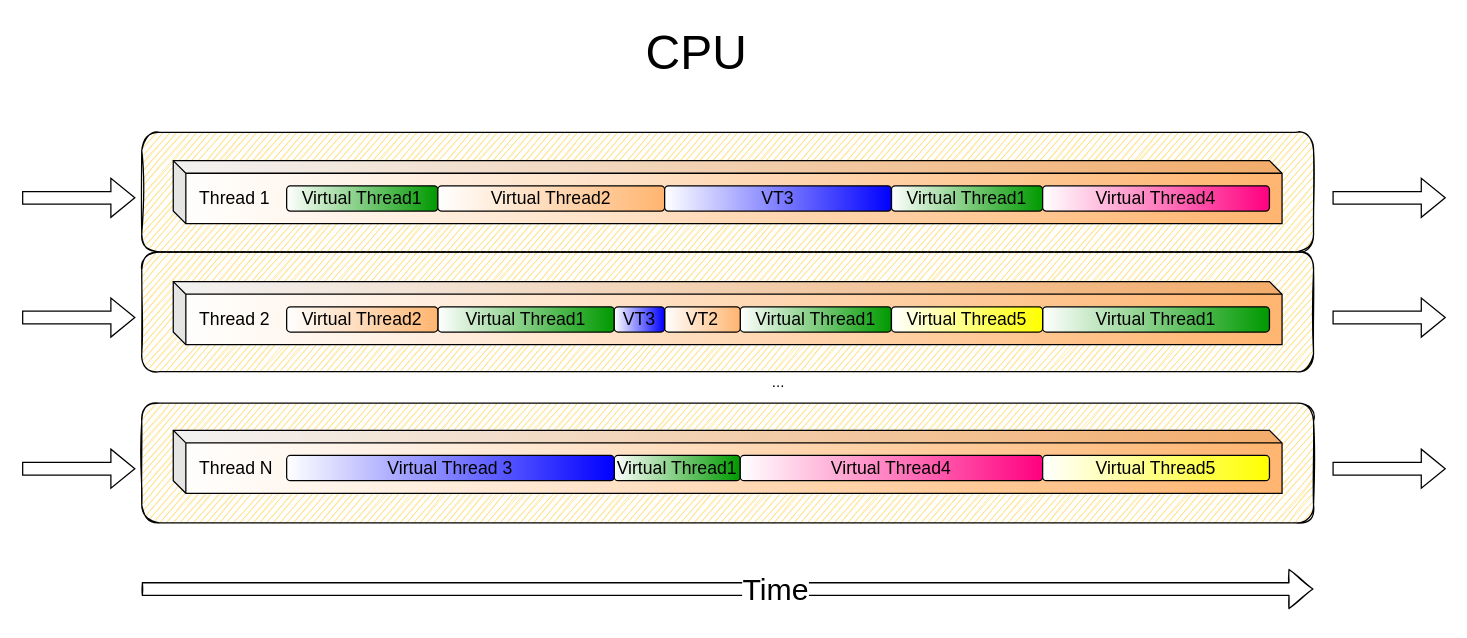
Before: docs/vtandcoroutines.drawio in jesperancinha/good-story, a draw.io diagram. Source tidied: cells renumbered, new cells numbered last; positions are measured from the earlier drawing's top-left corner, leaving out a move shared by most shapes. Both pictures are drawn from the tidied source at 126%, with x=0, y=0 at pixel (21, 21).
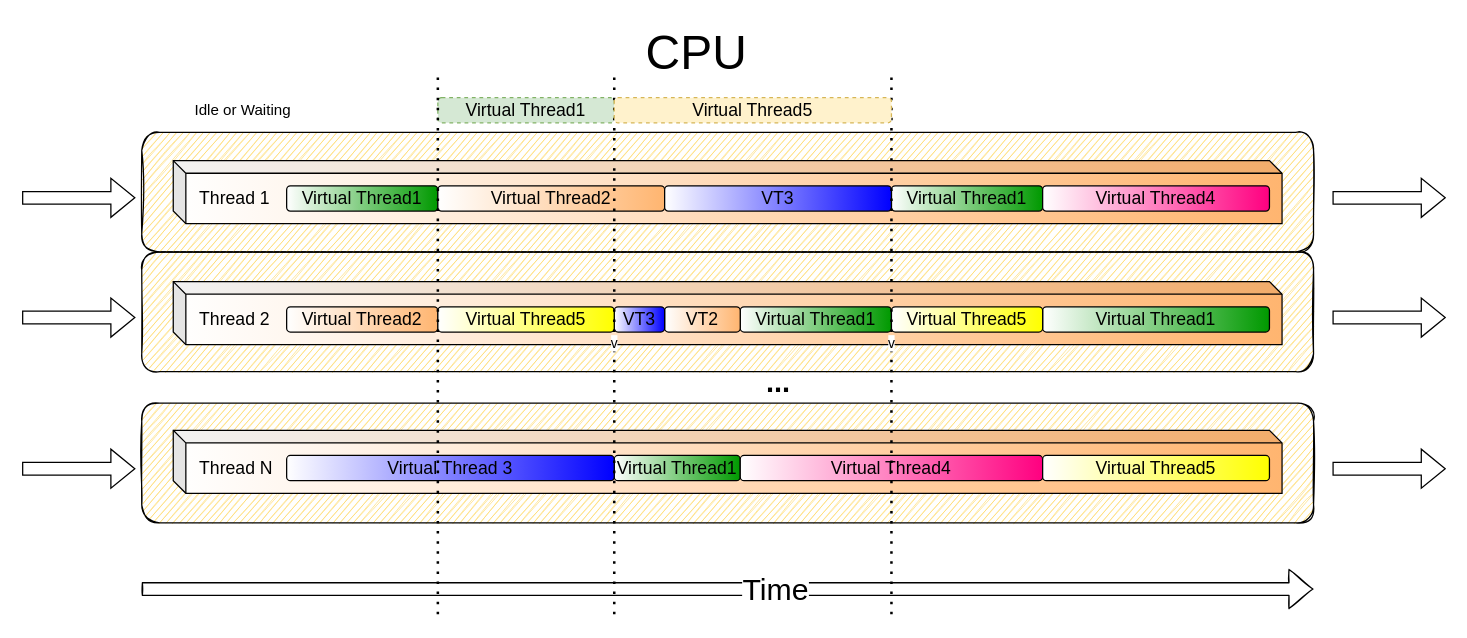
Above is the later version.

Change to the diagram source:
```diff
@@
-    <mxCell id="12" value="..." style="text;html=1;align=center;verticalAlign=middle;strokeColor=none;fillColor=none;" parent="1" vertex="1">
-      <mxGeometry x="585" y="276" width="30" height="20" as="geometry" />
+    <mxCell id="12" value="..." style="text;html=1;align=center;verticalAlign=middle;strokeColor=none;fillColor=none;fontSize=23;fontStyle=1;" parent="1" vertex="1">
+      <mxGeometry x="585" y="271" width="30" height="30" as="geometry" />
     </mxCell>
@@
-    <mxCell id="14" value="Virtual Thread1" style="rounded=1;whiteSpace=wrap;html=1;fontSize=14;fillColor=#009900;gradientColor=#ffffff;gradientDirection=west;" parent="1" vertex="1">
-      <mxGeometry x="330" y="226" width="140" height="20" as="geometry" />
-    </mxCell>
@@
+    <mxCell id="34" value="Virtual Thread5" style="rounded=1;whiteSpace=wrap;html=1;fontSize=14;fillColor=#FFFF00;gradientColor=#ffffff;gradientDirection=west;" parent="1" vertex="1">
+      <mxGeometry x="330" y="226" width="140" height="20" as="geometry" />
+    </mxCell>
+    <mxCell id="14" value="Virtual Thread1" style="rounded=1;whiteSpace=wrap;html=1;fontSize=14;fillColor=#d5e8d4;gradientDirection=west;dashed=1;strokeColor=#82b366;" parent="1" vertex="1">
+      <mxGeometry x="330" y="60" width="140" height="20" as="geometry" />
+    </mxCell>
+    <mxCell id="35" style="endArrow=none;dashed=1;html=1;dashPattern=1 3;strokeWidth=2;rounded=0;" parent="1" edge="1">
+      <mxGeometry relative="1" as="geometry">
+        <mxPoint x="330" y="470" as="sourcePoint" />
+        <mxPoint x="330" y="40" as="targetPoint" />
+      </mxGeometry>
+    </mxCell>
+    <mxCell id="36" value="v" style="endArrow=none;dashed=1;html=1;dashPattern=1 3;strokeWidth=2;rounded=0;" parent="1" edge="1">
+      <mxGeometry relative="1" as="geometry">
+        <mxPoint x="470" y="470" as="sourcePoint" />
+        <mxPoint x="470" y="40" as="targetPoint" />
+      </mxGeometry>
+    </mxCell>
+    <mxCell id="37" value="Idle or Waiting" style="text;html=1;align=center;verticalAlign=middle;strokeColor=none;fillColor=none;" parent="1" vertex="1">
+      <mxGeometry x="130" y="60" width="90" height="20" as="geometry" />
+    </mxCell>
+    <mxCell id="38" value="v" style="endArrow=none;dashed=1;html=1;dashPattern=1 3;strokeWidth=2;rounded=0;" parent="1" edge="1">
+      <mxGeometry relative="1" as="geometry">
+        <mxPoint x="690" y="470" as="sourcePoint" />
+        <mxPoint x="690" y="40" as="targetPoint" />
+      </mxGeometry>
+    </mxCell>
+    <mxCell id="39" value="Virtual Thread5" style="rounded=1;whiteSpace=wrap;html=1;fontSize=14;fillColor=#fff2cc;gradientDirection=west;dashed=1;strokeColor=#d6b656;" parent="1" vertex="1">
+      <mxGeometry x="470" y="60" width="220" height="20" as="geometry" />
+    </mxCell>
```
